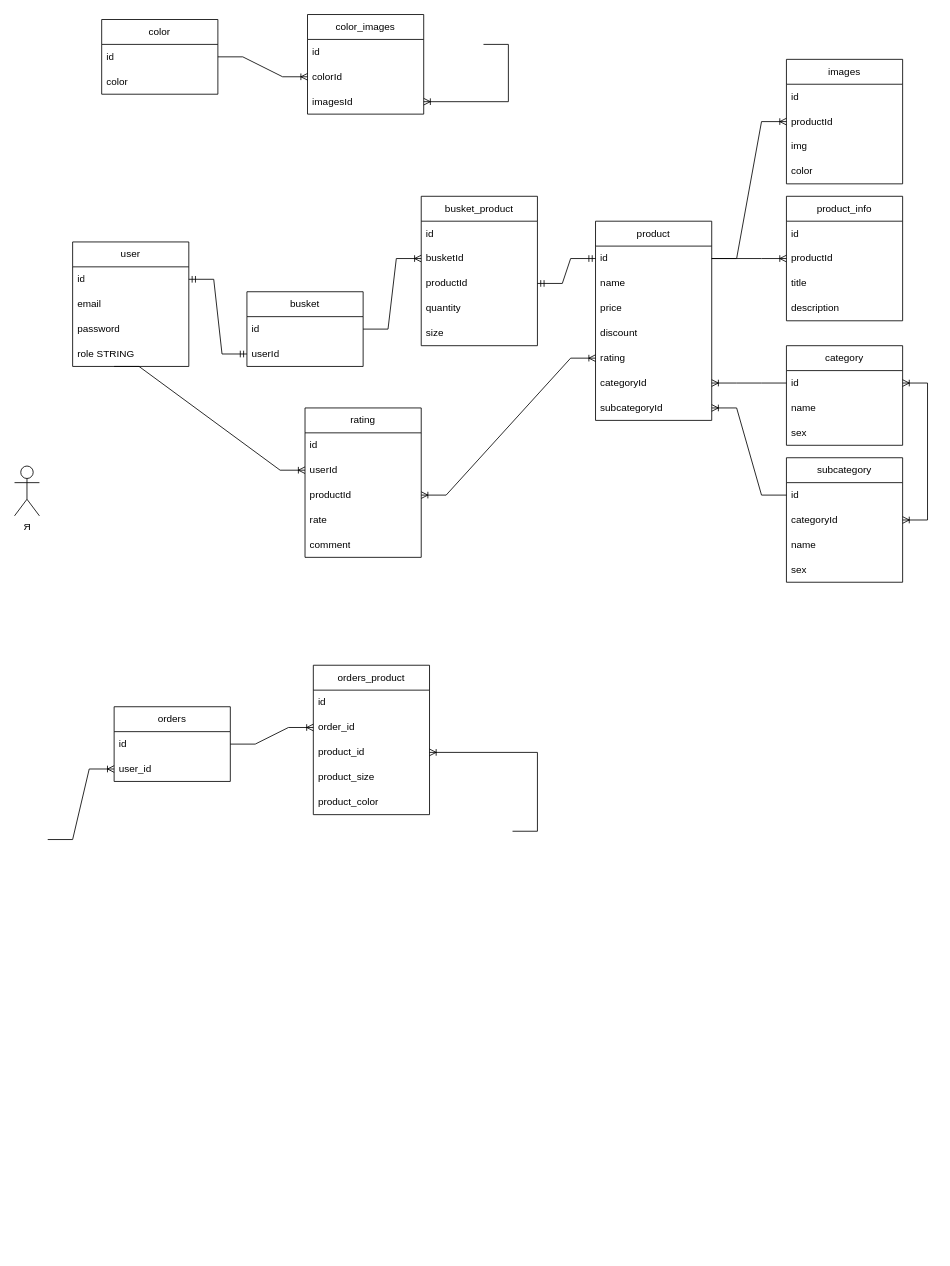
The draw.io diagram xproject_info/diagram.drawio in danilkass/clothes-shop, before the edit. Source tidied: cells renumbered, new cells numbered last; positions are measured from the earlier drawing's top-left corner, leaving out a move shared by most shapes. Both pictures are drawn from the tidied source at 83%, with x=0, y=0 at pixel (14, 14).
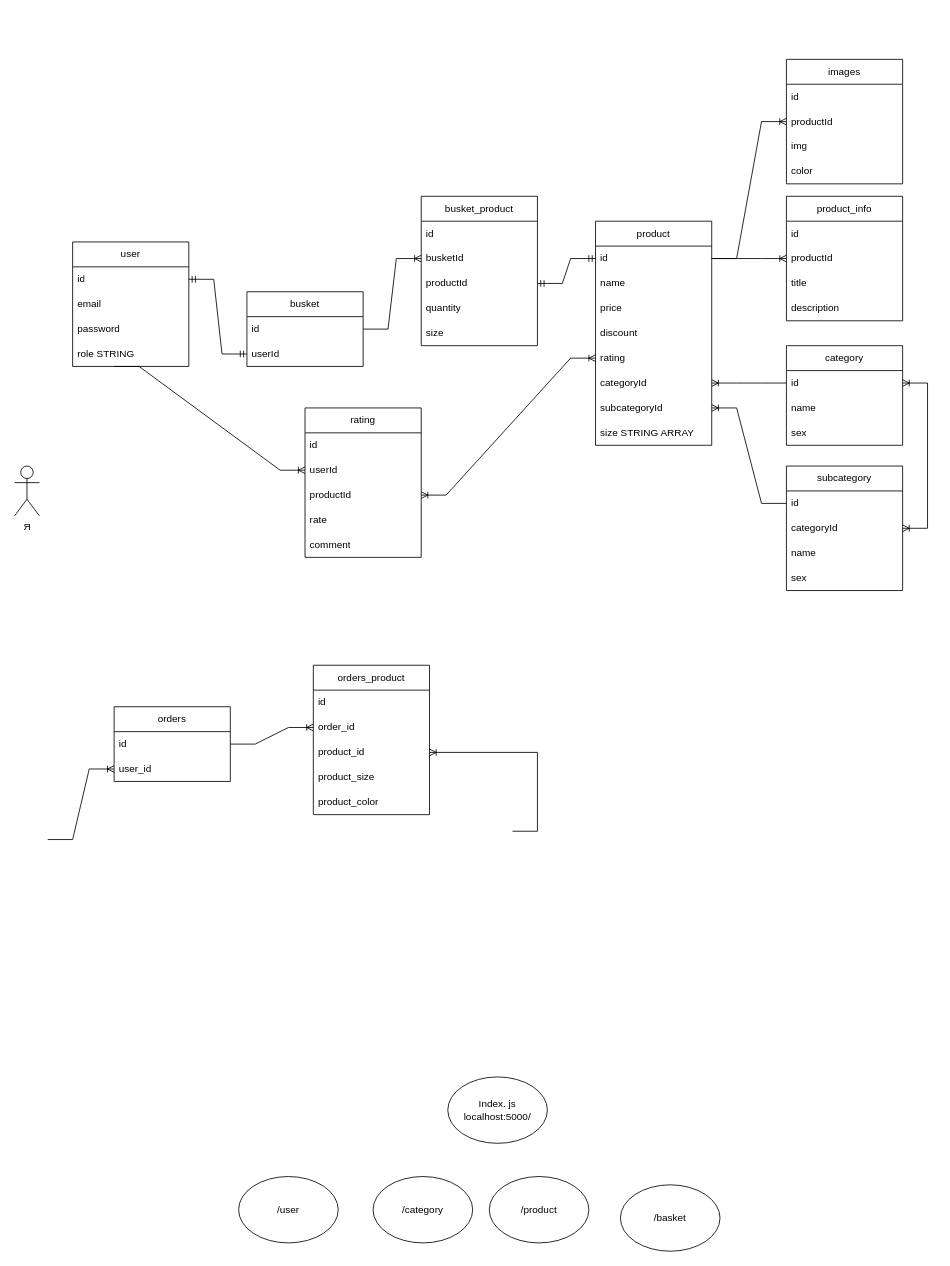
Above is the later version.

The change refers to these unchanged cells:
```xml
<mxCell id="18" value="subcategoryId" style="text;strokeColor=none;fillColor=none;align=left;verticalAlign=middle;spacingLeft=4;spacingRight=4;overflow=hidden;points=[[0,0.5],[1,0.5]];portConstraint=eastwest;whiteSpace=wrap;html=1;" parent="11" vertex="1">
  <mxGeometry y="210" width="140" height="30" as="geometry" />
</mxCell>
<mxCell id="47" value="id" style="text;strokeColor=none;fillColor=none;align=left;verticalAlign=middle;spacingLeft=4;spacingRight=4;overflow=hidden;points=[[0,0.5],[1,0.5]];portConstraint=eastwest;whiteSpace=wrap;html=1;" parent="46" vertex="1">
  <mxGeometry y="30" width="140" height="30" as="geometry" />
</mxCell>
```

What changed in the source:
```diff
@@
     <mxCell id="11" value="product" style="swimlane;fontStyle=0;horizontal=1;startSize=30;whiteSpace=wrap;html=1;" parent="1" vertex="1">
-      <mxGeometry x="700" y="249" width="140" height="240" as="geometry" />
+      <mxGeometry x="700" y="249" width="140" height="270" as="geometry" />
     </mxCell>
@@
+    <mxCell id="81" value="size STRING ARRAY" style="text;strokeColor=none;fillColor=none;align=left;verticalAlign=middle;spacingLeft=4;spacingRight=4;overflow=hidden;whiteSpace=wrap;html=1;" parent="11" vertex="1">
+      <mxGeometry y="240" width="140" height="30" as="geometry" />
+    </mxCell>
@@
     <mxCell id="46" value="subcategory" style="swimlane;fontStyle=0;horizontal=1;startSize=30;whiteSpace=wrap;html=1;" parent="1" vertex="1">
-      <mxGeometry x="930" y="534" width="140" height="150" as="geometry" />
+      <mxGeometry x="930" y="544" width="140" height="150" as="geometry" />
     </mxCell>
@@
     <mxCell id="51" style="fontSize=12;html=1;endArrow=ERoneToMany;rounded=0;edgeStyle=entityRelationEdgeStyle;elbow=vertical;" parent="1" edge="1" source="47" target="18">
       <mxGeometry relative="1" as="geometry">
         <Array as="points">
-          <mxPoint x="680" y="514" />
-          <mxPoint x="800" y="554" />
+          <mxPoint x="802" y="520" />
+          <mxPoint x="922" y="560" />
         </Array>
       </mxGeometry>
     </mxCell>
@@
-    <mxCell id="72" value="color" style="swimlane;fontStyle=0;horizontal=1;startSize=30;whiteSpace=wrap;html=1;" parent="1" vertex="1">
-      <mxGeometry x="105" y="6" width="140" height="90" as="geometry" />
-    </mxCell>
-    <mxCell id="73" value="id" style="text;strokeColor=none;fillColor=none;align=left;verticalAlign=middle;spacingLeft=4;spacingRight=4;overflow=hidden;points=[[0,0.5],[1,0.5]];portConstraint=eastwest;whiteSpace=wrap;html=1;" parent="72" vertex="1">
-      <mxGeometry y="30" width="140" height="30" as="geometry" />
-    </mxCell>
-    <mxCell id="74" value="color" style="text;strokeColor=none;fillColor=none;align=left;verticalAlign=middle;spacingLeft=4;spacingRight=4;overflow=hidden;whiteSpace=wrap;html=1;" parent="72" vertex="1">
-      <mxGeometry y="60" width="140" height="30" as="geometry" />
-    </mxCell>
-    <mxCell id="75" value="color_images" style="swimlane;fontStyle=0;horizontal=1;startSize=30;whiteSpace=wrap;html=1;" parent="1" vertex="1">
-      <mxGeometry x="353" width="140" height="120" as="geometry" />
-    </mxCell>
-    <mxCell id="76" value="id" style="text;strokeColor=none;fillColor=none;align=left;verticalAlign=middle;spacingLeft=4;spacingRight=4;overflow=hidden;whiteSpace=wrap;html=1;" parent="75" vertex="1">
-      <mxGeometry y="30" width="140" height="30" as="geometry" />
-    </mxCell>
-    <mxCell id="77" value="colorId" style="text;strokeColor=none;fillColor=none;align=left;verticalAlign=middle;spacingLeft=4;spacingRight=4;overflow=hidden;points=[[0,0.5],[1,0.5]];portConstraint=eastwest;whiteSpace=wrap;html=1;" parent="75" vertex="1">
-      <mxGeometry y="60" width="140" height="30" as="geometry" />
-    </mxCell>
-    <mxCell id="78" value="imagesId" style="text;strokeColor=none;fillColor=none;align=left;verticalAlign=middle;spacingLeft=4;spacingRight=4;overflow=hidden;points=[[0,0.5],[1,0.5]];portConstraint=eastwest;whiteSpace=wrap;html=1;" parent="75" vertex="1">
-      <mxGeometry y="90" width="140" height="30" as="geometry" />
-    </mxCell>
-    <mxCell id="79" style="edgeStyle=entityRelationEdgeStyle;fontSize=12;html=1;endArrow=ERoneToMany;rounded=0;" parent="1" edge="1" target="78">
-      <mxGeometry relative="1" as="geometry">
-        <mxPoint x="565" y="36" as="sourcePoint" />
-        <Array as="points">
-          <mxPoint x="935" y="721" />
-          <mxPoint x="935" y="576" />
-          <mxPoint x="895" y="406" />
-          <mxPoint x="935" y="426" />
-          <mxPoint x="945" y="576" />
-        </Array>
-      </mxGeometry>
-    </mxCell>
-    <mxCell id="80" style="edgeStyle=entityRelationEdgeStyle;fontSize=12;html=1;endArrow=ERoneToMany;rounded=0;" parent="1" edge="1" source="73" target="77">
-      <mxGeometry relative="1" as="geometry">
-        <Array as="points">
-          <mxPoint x="735" y="696" />
-          <mxPoint x="735" y="551" />
-          <mxPoint x="695" y="381" />
-          <mxPoint x="735" y="401" />
-          <mxPoint x="745" y="551" />
-        </Array>
-      </mxGeometry>
-    </mxCell>
+    <mxCell id="82" value="Index. js&lt;br&gt;localhost:5000/" style="ellipse;whiteSpace=wrap;html=1;" parent="1" vertex="1">
+      <mxGeometry x="522" y="1280" width="120" height="80" as="geometry" />
+    </mxCell>
+    <mxCell id="83" value="/user" style="ellipse;whiteSpace=wrap;html=1;" parent="1" vertex="1">
+      <mxGeometry x="270" y="1400" width="120" height="80" as="geometry" />
+    </mxCell>
+    <mxCell id="84" value="/category" style="ellipse;whiteSpace=wrap;html=1;" parent="1" vertex="1">
+      <mxGeometry x="432" y="1400" width="120" height="80" as="geometry" />
+    </mxCell>
+    <mxCell id="85" value="/product" style="ellipse;whiteSpace=wrap;html=1;" parent="1" vertex="1">
+      <mxGeometry x="572" y="1400" width="120" height="80" as="geometry" />
+    </mxCell>
+    <mxCell id="86" value="/basket" style="ellipse;whiteSpace=wrap;html=1;" parent="1" vertex="1">
+      <mxGeometry x="730" y="1410" width="120" height="80" as="geometry" />
+    </mxCell>
```
